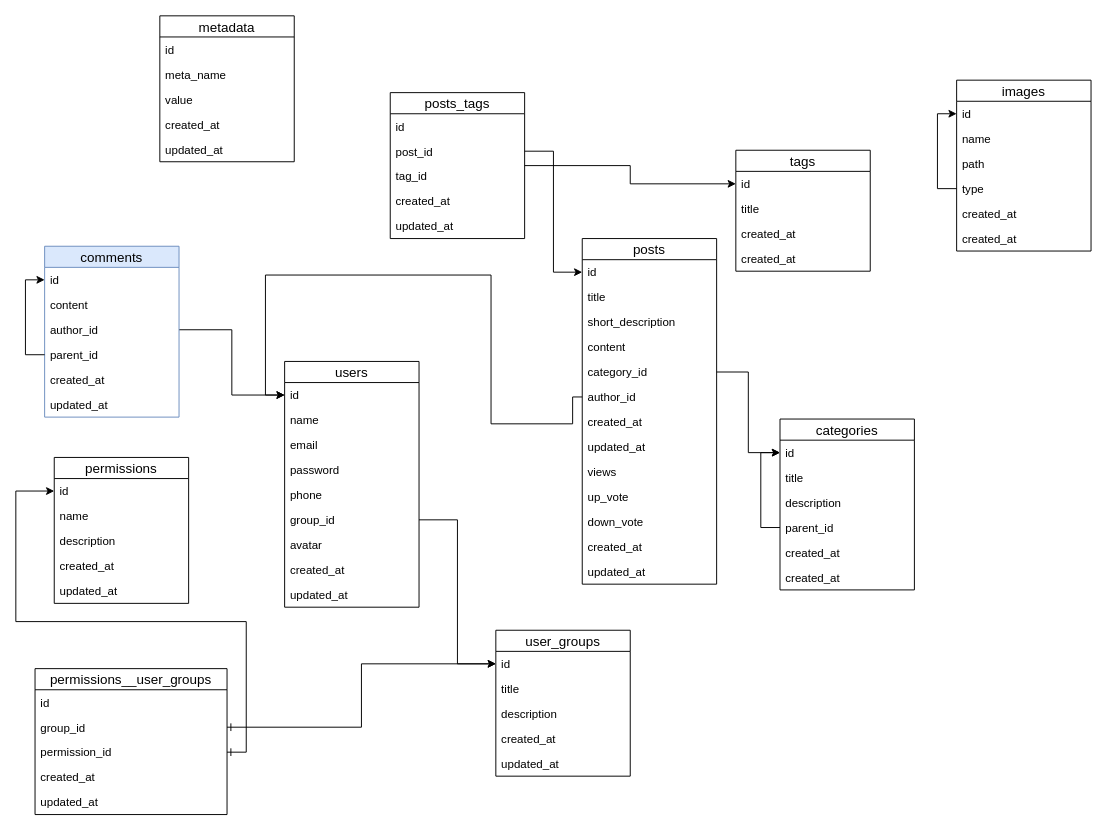
Earlier version of the draw.io diagram phuvo_blog.drawio (gitvophu/draw.io). Source tidied: cells renumbered, new cells numbered last; positions are measured from the earlier drawing's top-left corner, leaving out a move shared by most shapes. Both pictures are drawn from the tidied source at 96%, with x=0, y=0 at pixel (35, 15).
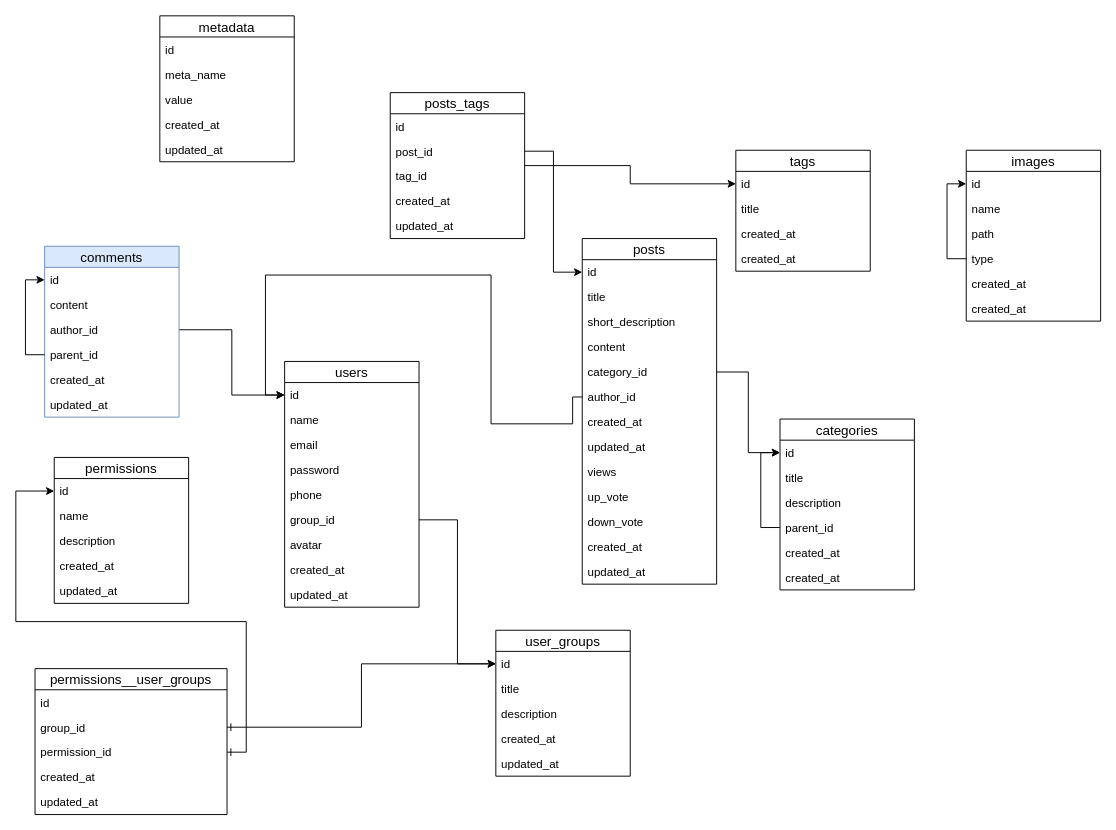
Above is the later version.

Diff of the diagram source:
```diff
@@
     <mxCell id="85" value="images" style="swimlane;fontStyle=0;horizontal=1;startSize=22;align=center;fontSize=14;" parent="1" vertex="1">
-      <mxGeometry x="960" y="67" width="140" height="178" as="geometry" />
+      <mxGeometry x="970" y="140" width="140" height="178" as="geometry" />
     </mxCell>
@@
-    <mxCell id="90" value="type" style="text;strokeColor=none;fillColor=none;spacingLeft=4;spacingRight=4;overflow=hidden;points=[[0,0.5],[1,0.5]];portConstraint=eastwest;fontSize=12;" parent="85" vertex="1">
+    <mxCell id="90" value="type&#10;" style="text;strokeColor=none;fillColor=none;spacingLeft=4;spacingRight=4;overflow=hidden;points=[[0,0.5],[1,0.5]];portConstraint=eastwest;fontSize=12;" parent="85" vertex="1">
       <mxGeometry y="100" width="140" height="26" as="geometry" />
     </mxCell>
```
